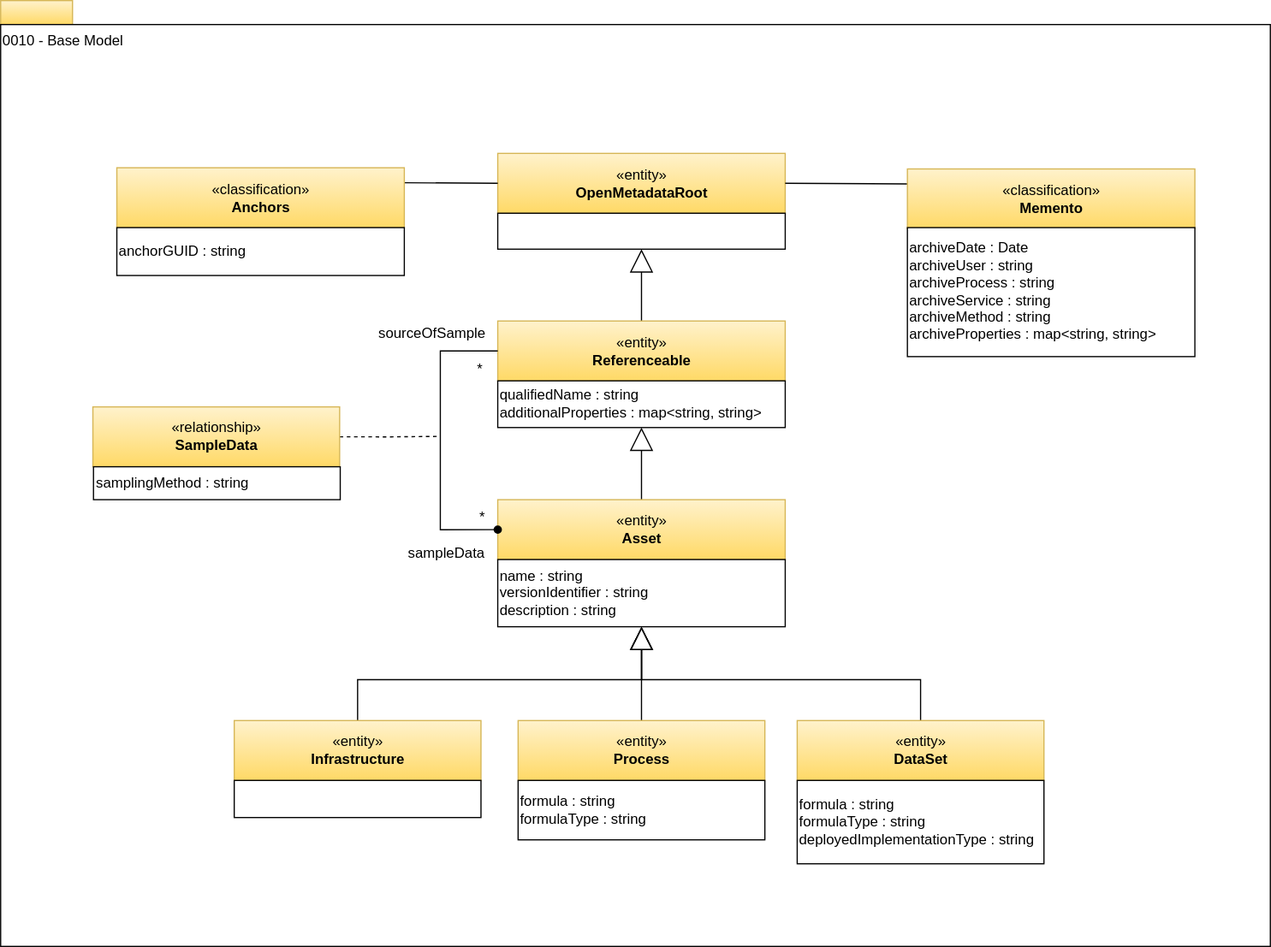
The draw.io diagram site/docs/types/0/0010-Base-Model.svg in odpi/egeria-docs, before a commit. Source tidied: cells renumbered, new cells last; positions are measured from the earlier drawing's top-left corner, leaving out a move shared by most shapes.
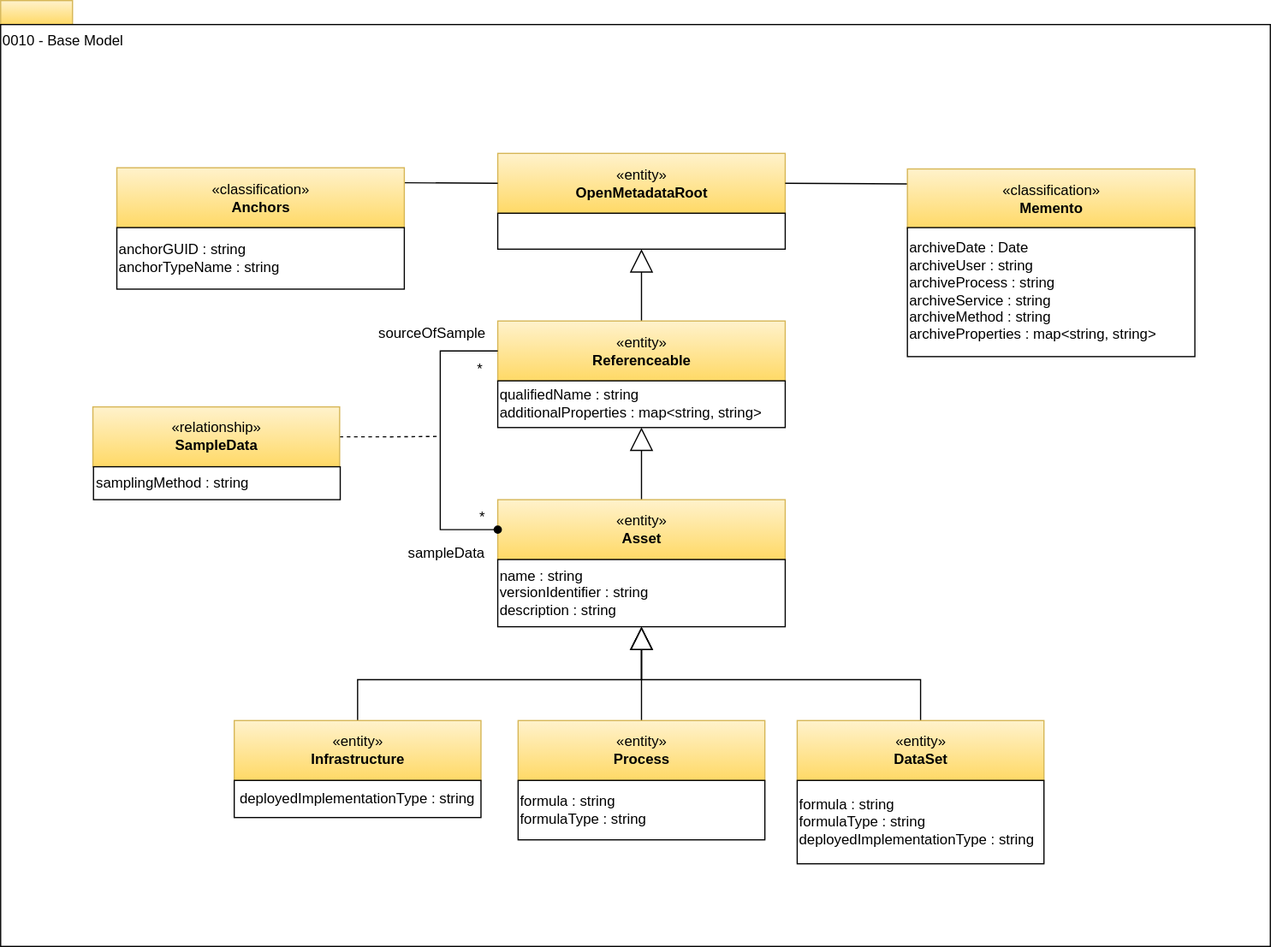
After the change.

The edit, as a diff of the source:
```diff
@@ -20,7 +20,7 @@
     <mxCell id="7" value="«entity»&lt;br&gt;&lt;b&gt;Infrastructure&lt;/b&gt;" style="html=1;strokeColor=#d6b656;align=center;fillColor=#fff2cc;gradientColor=#ffd966;" parent="1" vertex="1">
       <mxGeometry x="195" y="601.4" width="206" height="50" as="geometry" />
     </mxCell>
-    <mxCell id="8" style="rounded=0;whiteSpace=wrap;html=1;strokeColor=#000000;gradientColor=#ffffff;align=center;" parent="1" vertex="1">
+    <mxCell id="8" value="deployedImplementationType : string" style="rounded=0;whiteSpace=wrap;html=1;strokeColor=#000000;gradientColor=#ffffff;align=center;" parent="1" vertex="1">
       <mxGeometry x="195" y="651.4" width="206" height="31" as="geometry" />
     </mxCell>
     <mxCell id="9" value="qualifiedName : string&lt;br&gt;additionalProperties : map&amp;lt;string, string&amp;gt;&lt;br&gt;&lt;div style=&quot;text-align: left&quot;&gt;&lt;/div&gt;" style="rounded=0;whiteSpace=wrap;html=1;strokeColor=#000000;gradientColor=#ffffff;align=left;" parent="1" vertex="1">
@@ -65,8 +65,8 @@
     <mxCell id="22" value="«classification»&lt;br&gt;&lt;b&gt;Anchors&lt;/b&gt;" style="html=1;strokeColor=#d6b656;align=center;fillColor=#fff2cc;gradientColor=#ffd966;" parent="1" vertex="1">
       <mxGeometry x="97" y="139.6" width="240" height="50" as="geometry" />
     </mxCell>
-    <mxCell id="23" value="anchorGUID : string&lt;br&gt;&lt;div style=&quot;text-align: left&quot;&gt;&lt;/div&gt;" style="rounded=0;whiteSpace=wrap;html=1;strokeColor=#000000;gradientColor=#ffffff;align=left;" parent="1" vertex="1">
-      <mxGeometry x="97" y="189.6" width="240" height="40" as="geometry" />
+    <mxCell id="23" value="anchorGUID : string&lt;br&gt;anchorTypeName : string&lt;br&gt;&lt;div style=&quot;text-align: left&quot;&gt;&lt;/div&gt;" style="rounded=0;whiteSpace=wrap;html=1;strokeColor=#000000;gradientColor=#ffffff;align=left;" parent="1" vertex="1">
+      <mxGeometry x="97" y="189.6" width="240" height="51.4" as="geometry" />
     </mxCell>
     <mxCell id="24" style="edgeStyle=none;rounded=0;jettySize=auto;html=1;exitX=0;exitY=0.25;exitDx=0;exitDy=0;entryX=1;entryY=0.5;entryDx=0;entryDy=0;endArrow=none;endFill=0;" parent="1" edge="1" source="25" target="19">
       <mxGeometry relative="1" as="geometry" />
```
